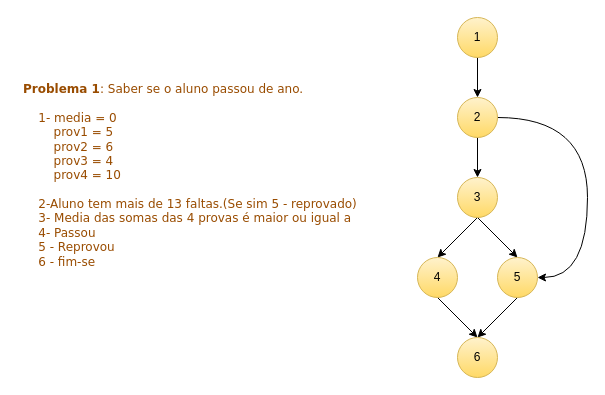
Before: Grafo de fluxo.drawio in JudilenaGalvao/Prova2_GQS_Q2, a draw.io diagram. Source tidied: cells renumbered, new cells numbered last; positions are measured from the earlier drawing's top-left corner, leaving out a move shared by most shapes. Both pictures are drawn from the tidied source at 100%, with x=0, y=0 at pixel (17, 17).
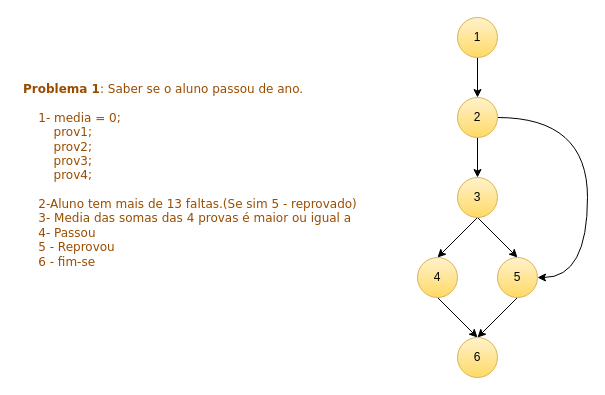
Above is the later version.

Diff of the diagram source:
```diff
@@
 <mxGraphModel>
   <root>
     <mxCell id="0" />
     <mxCell id="1" parent="0" />
-    <mxCell id="2" value="&lt;font color=&quot;#994c00&quot; face=&quot;Verdana&quot;&gt;&lt;b&gt;Problema 1&lt;/b&gt;: Saber se o aluno passou de ano.&lt;br&gt;&lt;br&gt;&lt;span style=&quot;&quot;&gt;&lt;span style=&quot;white-space: pre;&quot;&gt;&amp;nbsp;&amp;nbsp;&amp;nbsp;&amp;nbsp;&lt;/span&gt;&lt;/span&gt;1- media = 0&lt;br&gt;&lt;span style=&quot;&quot;&gt;&lt;span style=&quot;white-space: pre;&quot;&gt;&amp;nbsp;&amp;nbsp;&amp;nbsp;&amp;nbsp;&lt;/span&gt;&lt;/span&gt;&amp;nbsp; &amp;nbsp; prov1 = 5&lt;br&gt;&lt;span style=&quot;white-space: pre;&quot;&gt;&#9;&lt;/span&gt;prov2 = 6&lt;br&gt;&lt;span style=&quot;white-space: pre;&quot;&gt;&#9;&lt;/span&gt;prov3 = 4&lt;br&gt;&lt;span style=&quot;white-space: pre;&quot;&gt;&#9;&lt;/span&gt;prov4 = 10&lt;br&gt;&lt;br&gt;&lt;span style=&quot;&quot;&gt;&lt;span style=&quot;white-space: pre;&quot;&gt;&amp;nbsp;&amp;nbsp;&amp;nbsp;&amp;nbsp;&lt;/span&gt;&lt;/span&gt;2-Aluno tem mais de 13 faltas.(Se sim 5 - reprovado)&lt;br&gt;&lt;span style=&quot;&quot;&gt;&lt;span style=&quot;white-space: pre;&quot;&gt;&amp;nbsp;&amp;nbsp;&amp;nbsp;&amp;nbsp;&lt;/span&gt;&lt;/span&gt;3- Media das somas das 4 provas é maior ou igual a&amp;nbsp;&lt;br&gt;&lt;span style=&quot;&quot;&gt;&lt;span style=&quot;white-space: pre;&quot;&gt;&amp;nbsp;&amp;nbsp;&amp;nbsp;&amp;nbsp;&lt;/span&gt;&lt;/span&gt;4- Passou&lt;br&gt;&amp;nbsp; &amp;nbsp; 5 - Reprovou&lt;br&gt;&amp;nbsp; &amp;nbsp; 6 - fim-se&lt;/font&gt;" style="text;strokeColor=none;fillColor=none;align=left;verticalAlign=middle;spacingLeft=4;spacingRight=4;overflow=hidden;whiteSpace=wrap;html=1;" parent="1" vertex="1">
+    <mxCell id="2" value="&lt;font color=&quot;#994c00&quot; face=&quot;Verdana&quot;&gt;&lt;b&gt;Problema 1&lt;/b&gt;: Saber se o aluno passou de ano.&lt;br&gt;&lt;br&gt;&lt;span style=&quot;&quot;&gt;&lt;span style=&quot;white-space: pre;&quot;&gt;&amp;nbsp;&amp;nbsp;&amp;nbsp;&amp;nbsp;&lt;/span&gt;&lt;/span&gt;1- media = 0;&lt;br&gt;&lt;span style=&quot;&quot;&gt;&lt;span style=&quot;white-space: pre;&quot;&gt;&amp;nbsp;&amp;nbsp;&amp;nbsp;&amp;nbsp;&lt;/span&gt;&lt;/span&gt;&amp;nbsp; &amp;nbsp; prov1;&lt;br&gt;&lt;span style=&quot;white-space: pre;&quot;&gt;&#9;&lt;/span&gt;prov2;&lt;br&gt;&lt;span style=&quot;white-space: pre;&quot;&gt;&#9;&lt;/span&gt;prov3;&lt;br&gt;&lt;span style=&quot;white-space: pre;&quot;&gt;&#9;&lt;/span&gt;prov4;&lt;br&gt;&lt;br&gt;&lt;span style=&quot;&quot;&gt;&lt;span style=&quot;white-space: pre;&quot;&gt;&amp;nbsp;&amp;nbsp;&amp;nbsp;&amp;nbsp;&lt;/span&gt;&lt;/span&gt;2-Aluno tem mais de 13 faltas.(Se sim 5 - reprovado)&lt;br&gt;&lt;span style=&quot;&quot;&gt;&lt;span style=&quot;white-space: pre;&quot;&gt;&amp;nbsp;&amp;nbsp;&amp;nbsp;&amp;nbsp;&lt;/span&gt;&lt;/span&gt;3- Media das somas das 4 provas é maior ou igual a&amp;nbsp;&lt;br&gt;&lt;span style=&quot;&quot;&gt;&lt;span style=&quot;white-space: pre;&quot;&gt;&amp;nbsp;&amp;nbsp;&amp;nbsp;&amp;nbsp;&lt;/span&gt;&lt;/span&gt;4- Passou&lt;br&gt;&amp;nbsp; &amp;nbsp; 5 - Reprovou&lt;br&gt;&amp;nbsp; &amp;nbsp; 6 - fim-se&lt;/font&gt;" style="text;strokeColor=none;fillColor=none;align=left;verticalAlign=middle;spacingLeft=4;spacingRight=4;overflow=hidden;whiteSpace=wrap;html=1;" parent="1" vertex="1">
       <mxGeometry y="15" width="350" height="285" as="geometry" />
     </mxCell>
     <mxCell id="3" style="edgeStyle=orthogonalEdgeStyle;rounded=0;jettySize=auto;html=1;exitX=0.5;exitY=1;exitDx=0;exitDy=0;" parent="1" edge="1" source="5" target="7">
       <mxGeometry relative="1" as="geometry" />
     </mxCell>
     <mxCell id="4" style="edgeStyle=orthogonalEdgeStyle;shape=connector;rounded=0;jettySize=auto;html=1;exitX=1;exitY=0.5;exitDx=0;exitDy=0;entryX=1;entryY=0.5;entryDx=0;entryDy=0;labelBackgroundColor=default;strokeColor=default;fontFamily=Helvetica;fontSize=11;fontColor=default;endArrow=classic;curved=1;" parent="1" edge="1" source="7" target="14">
       <mxGeometry relative="1" as="geometry">
         <Array as="points">
           <mxPoint x="570" y="100" />
           <mxPoint x="570" y="260" />
         </Array>
       </mxGeometry>
     </mxCell>
     <mxCell id="5" value="1" style="ellipse;whiteSpace=wrap;html=1;fillColor=#fff2cc;strokeColor=#d6b656;gradientColor=#ffd966;" parent="1" vertex="1">
       <mxGeometry x="440" width="40" height="40" as="geometry" />
     </mxCell>
     <mxCell id="6" style="edgeStyle=orthogonalEdgeStyle;rounded=0;jettySize=auto;html=1;exitX=0.5;exitY=1;exitDx=0;exitDy=0;entryX=0.5;entryY=0;entryDx=0;entryDy=0;" parent="1" edge="1" source="7" target="10">
       <mxGeometry relative="1" as="geometry" />
     </mxCell>
     <mxCell id="7" value="2" style="ellipse;whiteSpace=wrap;html=1;fillColor=#fff2cc;gradientColor=#ffd966;strokeColor=#d6b656;" parent="1" vertex="1">
       <mxGeometry x="440" y="80" width="40" height="40" as="geometry" />
     </mxCell>
     <mxCell id="8" style="rounded=0;jettySize=auto;html=1;exitX=0.5;exitY=1;exitDx=0;exitDy=0;entryX=0.5;entryY=0;entryDx=0;entryDy=0;" parent="1" edge="1" source="10" target="12">
       <mxGeometry relative="1" as="geometry" />
     </mxCell>
     <mxCell id="9" style="rounded=0;jettySize=auto;html=1;exitX=0.5;exitY=1;exitDx=0;exitDy=0;entryX=0.5;entryY=0;entryDx=0;entryDy=0;" parent="1" edge="1" source="10" target="14">
       <mxGeometry relative="1" as="geometry" />
     </mxCell>
     <mxCell id="10" value="3" style="ellipse;whiteSpace=wrap;html=1;fillColor=#fff2cc;gradientColor=#ffd966;strokeColor=#d6b656;" parent="1" vertex="1">
       <mxGeometry x="440" y="160" width="40" height="40" as="geometry" />
     </mxCell>
     <mxCell id="11" style="edgeStyle=none;shape=connector;rounded=0;jettySize=auto;html=1;exitX=0.5;exitY=1;exitDx=0;exitDy=0;entryX=0.5;entryY=0;entryDx=0;entryDy=0;labelBackgroundColor=default;strokeColor=default;fontFamily=Helvetica;fontSize=11;fontColor=default;endArrow=classic;" parent="1" edge="1" source="12" target="15">
       <mxGeometry relative="1" as="geometry" />
     </mxCell>
     <mxCell id="12" value="4" style="ellipse;whiteSpace=wrap;html=1;fillColor=#fff2cc;gradientColor=#ffd966;strokeColor=#d6b656;" parent="1" vertex="1">
       <mxGeometry x="400" y="240" width="40" height="40" as="geometry" />
     </mxCell>
     <mxCell id="13" style="edgeStyle=none;shape=connector;rounded=0;jettySize=auto;html=1;exitX=0.5;exitY=1;exitDx=0;exitDy=0;labelBackgroundColor=default;strokeColor=default;fontFamily=Helvetica;fontSize=11;fontColor=default;endArrow=classic;" parent="1" edge="1" source="14">
       <mxGeometry relative="1" as="geometry">
         <mxPoint x="460" y="320" as="targetPoint" />
       </mxGeometry>
     </mxCell>
     <mxCell id="14" value="5" style="ellipse;whiteSpace=wrap;html=1;fillColor=#fff2cc;gradientColor=#ffd966;strokeColor=#d6b656;" parent="1" vertex="1">
       <mxGeometry x="480" y="240" width="40" height="40" as="geometry" />
     </mxCell>
     <mxCell id="15" value="6" style="ellipse;whiteSpace=wrap;html=1;fillColor=#fff2cc;gradientColor=#ffd966;strokeColor=#d6b656;" parent="1" vertex="1">
       <mxGeometry x="440" y="320" width="40" height="40" as="geometry" />
     </mxCell>
   </root>
 </mxGraphModel>
```
